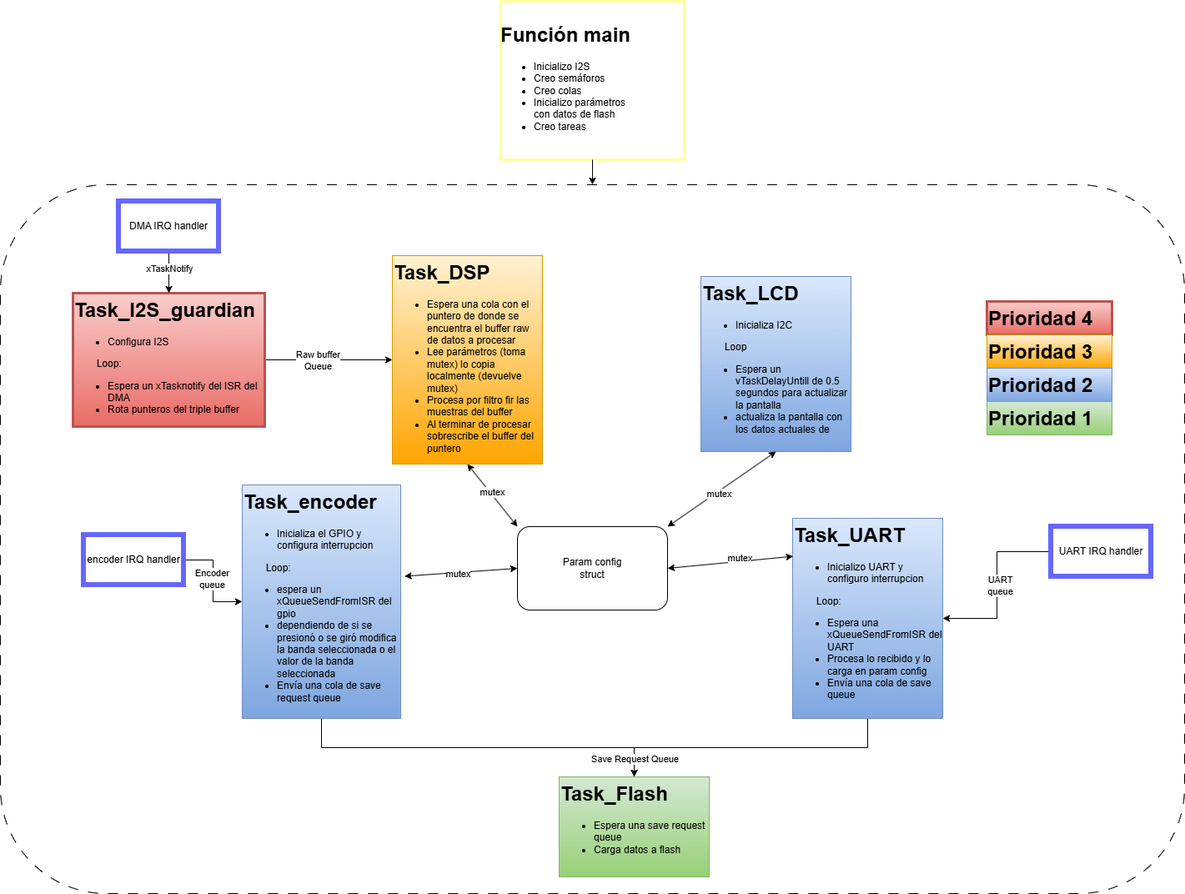
Earlier version of the draw.io export 1_ega/1_informes/Diagrama de tareas.png (utn-fra-td3/2026_td3). Source tidied: cells renumbered, new cells last; positions are measured from the earlier drawing's top-left corner, leaving out a move shared by most shapes.
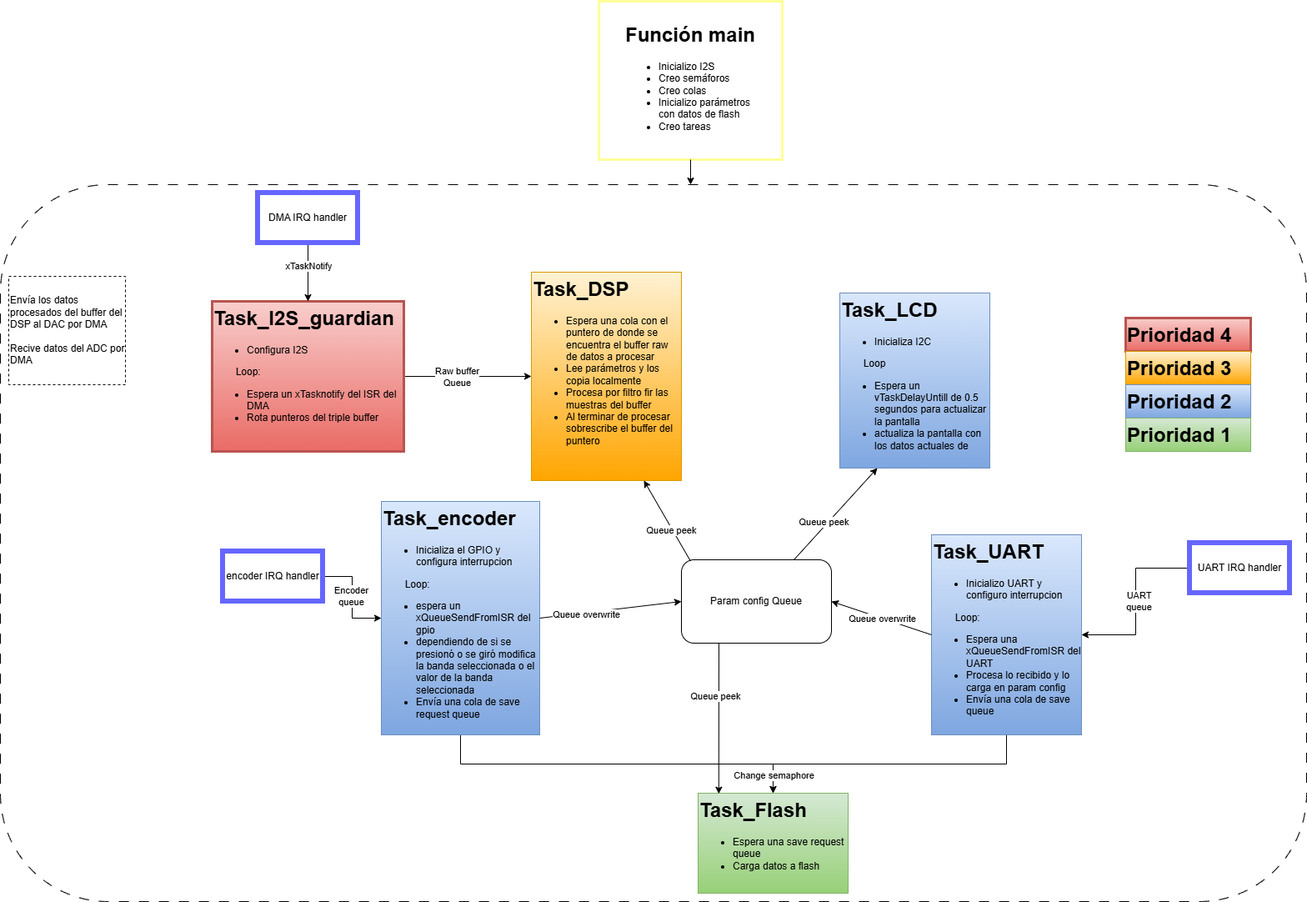
After the commit.

Commit message:
fix diagrama de tareas

Diff of the diagram source:
```diff
@@ -3,13 +3,15 @@
     <mxCell id="0" />
     <mxCell id="1" parent="0" />
     <mxCell id="2" style="rounded=0;whiteSpace=wrap;html=1;strokeWidth=3;strokeColor=#FFFF99;" parent="1" vertex="1">
-      <mxGeometry x="600" width="220" height="190" as="geometry" />
+      <mxGeometry x="551" y="-20" width="220" height="190" as="geometry" />
     </mxCell>
-    <mxCell id="3" style="edgeStyle=orthogonalEdgeStyle;rounded=0;jettySize=auto;html=1;exitX=0.5;exitY=1;exitDx=0;exitDy=0;entryX=0.5;entryY=0;entryDx=0;entryDy=0;" parent="1" edge="1" source="2" target="38">
-      <mxGeometry relative="1" as="geometry" />
+    <mxCell id="3" style="edgeStyle=orthogonalEdgeStyle;rounded=0;jettySize=auto;html=1;exitX=0.5;exitY=1;exitDx=0;exitDy=0;entryX=0.5;entryY=0;entryDx=0;entryDy=0;" parent="1" edge="1" source="2">
+      <mxGeometry relative="1" as="geometry">
+        <mxPoint x="661" y="200" as="targetPoint" />
+      </mxGeometry>
     </mxCell>
     <mxCell id="4" value="&lt;h1 style=&quot;margin-top: 0px;&quot;&gt;Función main&lt;/h1&gt;&lt;p&gt;&lt;/p&gt;&lt;ul&gt;&lt;li&gt;Inicializo I2S&lt;/li&gt;&lt;li&gt;Creo semáforos&lt;/li&gt;&lt;li&gt;Creo colas&lt;/li&gt;&lt;li&gt;Inicializo parámetros con datos de flash&lt;/li&gt;&lt;li&gt;Creo tareas&lt;/li&gt;&lt;/ul&gt;&lt;p&gt;&lt;/p&gt;" style="text;html=1;whiteSpace=wrap;overflow=hidden;rounded=0;" parent="1" vertex="1">
-      <mxGeometry x="598" y="20" width="160" height="170" as="geometry" />
+      <mxGeometry x="581" width="160" height="170" as="geometry" />
     </mxCell>
     <mxCell id="5" style="edgeStyle=orthogonalEdgeStyle;rounded=0;jettySize=auto;html=1;exitX=0.5;exitY=1;exitDx=0;exitDy=0;entryX=0.5;entryY=0;entryDx=0;entryDy=0;" parent="1" edge="1" source="6" target="9">
       <mxGeometry relative="1" as="geometry" />
@@ -20,7 +22,7 @@
     <mxCell id="7" value="&lt;h1 style=&quot;margin-top: 0px;&quot;&gt;Task_LCD&lt;/h1&gt;&lt;p&gt;&lt;/p&gt;&lt;ul&gt;&lt;li&gt;Inicializa I2C&lt;/li&gt;&lt;/ul&gt;&lt;span style=&quot;white-space: pre;&quot;&gt;&#9;&lt;/span&gt;Loop&lt;br&gt;&lt;ul&gt;&lt;li&gt;Espera un vTaskDelayUntill de 0.5 segundos para actualizar la pantalla&lt;/li&gt;&lt;li&gt;actualiza la pantalla con los datos actuales de&lt;/li&gt;&lt;/ul&gt;&lt;p&gt;&lt;/p&gt;" style="text;html=1;whiteSpace=wrap;overflow=hidden;rounded=0;fillColor=#dae8fc;gradientColor=#7ea6e0;strokeColor=#6c8ebf;" parent="1" vertex="1">
       <mxGeometry x="840" y="330" width="180" height="210" as="geometry" />
     </mxCell>
-    <mxCell id="8" value="&lt;h1 style=&quot;margin-top: 0px;&quot;&gt;Task_DSP&lt;/h1&gt;&lt;p&gt;&lt;/p&gt;&lt;ul&gt;&lt;li&gt;Espera una cola con el puntero de donde se encuentra el buffer raw de datos a procesar&lt;/li&gt;&lt;li&gt;Lee parámetros (toma mutex) lo copia localmente (devuelve mutex)&lt;/li&gt;&lt;li&gt;Procesa por filtro fir las muestras del buffer&lt;/li&gt;&lt;li&gt;Al terminar de procesar sobrescribe el buffer del puntero&lt;/li&gt;&lt;/ul&gt;&lt;p&gt;&lt;/p&gt;" style="text;html=1;whiteSpace=wrap;overflow=hidden;rounded=0;fillColor=#FFF2D4;strokeColor=#d79b00;gradientColor=#ffa500;" parent="1" vertex="1">
+    <mxCell id="8" value="&lt;h1 style=&quot;margin-top: 0px;&quot;&gt;Task_DSP&lt;/h1&gt;&lt;p&gt;&lt;/p&gt;&lt;ul&gt;&lt;li&gt;Espera una cola con el puntero de donde se encuentra el buffer raw de datos a procesar&lt;/li&gt;&lt;li&gt;Lee parámetros y los copia localmente&lt;/li&gt;&lt;li&gt;Procesa por filtro fir las muestras del buffer&lt;/li&gt;&lt;li&gt;Al terminar de procesar sobrescribe el buffer del puntero&lt;/li&gt;&lt;/ul&gt;&lt;p&gt;&lt;/p&gt;" style="text;html=1;whiteSpace=wrap;overflow=hidden;rounded=0;fillColor=#FFF2D4;strokeColor=#d79b00;gradientColor=#ffa500;" parent="1" vertex="1">
       <mxGeometry x="470" y="305" width="180" height="250" as="geometry" />
     </mxCell>
     <mxCell id="9" value="&lt;h1 style=&quot;margin-top: 0px;&quot;&gt;Task_Flash&lt;/h1&gt;&lt;p&gt;&lt;/p&gt;&lt;ul&gt;&lt;li&gt;Espera una save request queue&lt;/li&gt;&lt;li&gt;Carga datos a flash&lt;/li&gt;&lt;/ul&gt;&lt;p&gt;&lt;/p&gt;" style="text;html=1;whiteSpace=wrap;overflow=hidden;rounded=0;fillColor=#d5e8d4;gradientColor=#97d077;strokeColor=#82b366;" parent="1" vertex="1">
@@ -33,44 +35,20 @@
       <mxGeometry x="-0.18" relative="1" as="geometry" />
     </mxCell>
     <mxCell id="12" value="&lt;h1 style=&quot;margin-top: 0px;&quot;&gt;&lt;font style=&quot;color: rgb(0, 0, 0);&quot;&gt;Task_I2S_guardian&lt;/font&gt;&lt;/h1&gt;&lt;p&gt;&lt;/p&gt;&lt;ul&gt;&lt;li&gt;&lt;font style=&quot;color: rgb(0, 0, 0);&quot;&gt;Configura I2S&lt;/font&gt;&lt;/li&gt;&lt;/ul&gt;&lt;font style=&quot;color: rgb(0, 0, 0);&quot;&gt;&lt;span style=&quot;white-space: pre;&quot;&gt;&#9;&lt;/span&gt;Loop:&lt;br&gt;&lt;/font&gt;&lt;ul&gt;&lt;li&gt;&lt;font style=&quot;color: rgb(0, 0, 0);&quot;&gt;Espera un xTasknotify del ISR del DMA&lt;/font&gt;&lt;/li&gt;&lt;li&gt;&lt;font style=&quot;color: rgb(0, 0, 0);&quot;&gt;Rota punteros del triple buffer&lt;/font&gt;&lt;/li&gt;&lt;/ul&gt;&lt;p&gt;&lt;/p&gt;&lt;p&gt;&lt;br&gt;&lt;/p&gt;" style="text;html=1;whiteSpace=wrap;overflow=hidden;rounded=0;strokeColor=#b85450;strokeWidth=3;fillColor=#f8cecc;fillStyle=solid;gradientColor=#ea6b66;" parent="1" vertex="1">
-      <mxGeometry x="87" y="350" width="230" height="160" as="geometry" />
+      <mxGeometry x="87" y="340" width="230" height="180" as="geometry" />
     </mxCell>
     <mxCell id="13" style="edgeStyle=orthogonalEdgeStyle;rounded=0;jettySize=auto;html=1;exitX=0.5;exitY=1;exitDx=0;exitDy=0;" parent="1" edge="1" source="15" target="9">
       <mxGeometry relative="1" as="geometry" />
     </mxCell>
-    <mxCell id="14" value="Save Request Queue" style="edgeLabel;html=1;align=center;verticalAlign=middle;" parent="13" vertex="1">
+    <mxCell id="14" value="Change semaphore" style="edgeLabel;html=1;align=center;verticalAlign=middle;" parent="13" vertex="1">
       <mxGeometry x="0.87" relative="1" as="geometry" />
     </mxCell>
     <mxCell id="15" value="&lt;h1 style=&quot;margin-top: 0px;&quot;&gt;Task_UART&lt;/h1&gt;&lt;p&gt;&lt;/p&gt;&lt;ul&gt;&lt;li&gt;Inicializo UART y configuro interrupcion&lt;/li&gt;&lt;/ul&gt;&lt;span style=&quot;white-space: pre;&quot;&gt;&#9;&lt;/span&gt;Loop:&lt;br&gt;&lt;ul&gt;&lt;li&gt;Espera una xQueueSendFromISR del UART&lt;/li&gt;&lt;li&gt;Procesa lo recibido y lo carga en param config&lt;/li&gt;&lt;li&gt;Envía una cola de save queue&lt;/li&gt;&lt;/ul&gt;&lt;p&gt;&lt;/p&gt;" style="text;html=1;whiteSpace=wrap;overflow=hidden;rounded=0;fillColor=#dae8fc;gradientColor=#7ea6e0;strokeColor=#6c8ebf;" parent="1" vertex="1">
       <mxGeometry x="950" y="620" width="180" height="240" as="geometry" />
     </mxCell>
-    <mxCell id="16" value="Param config&lt;div&gt;struct&lt;/div&gt;" style="rounded=1;whiteSpace=wrap;html=1;" parent="1" vertex="1">
-      <mxGeometry x="620" y="630" width="180" height="100" as="geometry" />
+    <mxCell id="16" value="Param config Queue" style="rounded=1;whiteSpace=wrap;html=1;" parent="1" vertex="1">
+      <mxGeometry x="650" y="650" width="180" height="100" as="geometry" />
     </mxCell>
-    <mxCell id="17" style="endArrow=classic;startArrow=classic;html=1;rounded=0;exitX=1;exitY=0.5;exitDx=0;exitDy=0;entryX=0.003;entryY=0.19;entryDx=0;entryDy=0;entryPerimeter=0;" parent="1" edge="1" source="16" target="15">
-      <mxGeometry relative="1" as="geometry" />
-    </mxCell>
-    <mxCell id="18" value="mutex" style="edgeLabel;html=1;align=center;verticalAlign=middle;" parent="17" vertex="1">
-      <mxGeometry x="0.15" y="4" relative="1" as="geometry" />
-    </mxCell>
-    <mxCell id="19" style="endArrow=classic;startArrow=classic;html=1;rounded=0;entryX=0.5;entryY=1;entryDx=0;entryDy=0;exitX=0;exitY=0;exitDx=0;exitDy=0;" parent="1" edge="1" source="16" target="8">
-      <mxGeometry relative="1" as="geometry" />
-    </mxCell>
-    <mxCell id="20" value="mutex" style="edgeLabel;html=1;align=center;verticalAlign=middle;" parent="19" vertex="1">
-      <mxGeometry x="0.09" y="-2" relative="1" as="geometry" />
-    </mxCell>
-    <mxCell id="21" style="endArrow=classic;startArrow=classic;html=1;rounded=0;exitX=1.024;exitY=0.391;exitDx=0;exitDy=0;exitPerimeter=0;entryX=0;entryY=0.5;entryDx=0;entryDy=0;" parent="1" edge="1" source="6" target="16">
-      <mxGeometry relative="1" as="geometry" />
-    </mxCell>
-    <mxCell id="22" value="mutex" style="edgeLabel;html=1;align=center;verticalAlign=middle;" parent="21" vertex="1">
-      <mxGeometry x="-0.05" y="-1" relative="1" as="geometry" />
-    </mxCell>
-    <mxCell id="23" style="endArrow=classic;startArrow=classic;html=1;rounded=0;entryX=0.5;entryY=1;entryDx=0;entryDy=0;exitX=1;exitY=0;exitDx=0;exitDy=0;" parent="1" edge="1" source="16" target="7">
-      <mxGeometry relative="1" as="geometry" />
-    </mxCell>
-    <mxCell id="24" value="mutex" style="edgeLabel;html=1;align=center;verticalAlign=middle;" parent="23" vertex="1">
-      <mxGeometry x="-0.08" y="-3" relative="1" as="geometry" />
-    </mxCell>
     <mxCell id="25" style="edgeStyle=orthogonalEdgeStyle;rounded=0;jettySize=auto;html=1;entryX=0;entryY=0.5;entryDx=0;entryDy=0;" parent="1" edge="1" source="27" target="6">
       <mxGeometry relative="1" as="geometry" />
     </mxCell>
@@ -89,7 +67,7 @@
       </mxGeometry>
     </mxCell>
     <mxCell id="30" value="DMA IRQ handler" style="rounded=0;whiteSpace=wrap;html=1;strokeWidth=6;strokeColor=#6666FF;" parent="1" vertex="1">
-      <mxGeometry x="142" y="240" width="120" height="60" as="geometry" />
+      <mxGeometry x="142" y="210" width="120" height="60" as="geometry" />
     </mxCell>
     <mxCell id="31" style="edgeStyle=orthogonalEdgeStyle;rounded=0;jettySize=auto;html=1;exitX=0;exitY=0.5;exitDx=0;exitDy=0;entryX=1;entryY=0.5;entryDx=0;entryDy=0;" parent="1" edge="1" source="33" target="15">
       <mxGeometry relative="1" as="geometry" />
@@ -114,8 +92,43 @@
     <mxCell id="37" value="&lt;h1 style=&quot;margin-top: 0px;&quot;&gt;Prioridad 1&lt;/h1&gt;&lt;p&gt;&lt;/p&gt;" style="text;html=1;whiteSpace=wrap;overflow=hidden;rounded=0;fillColor=#d5e8d4;gradientColor=#97d077;strokeColor=#82b366;" parent="1" vertex="1">
       <mxGeometry x="1183" y="480" width="150" height="40" as="geometry" />
     </mxCell>
-    <mxCell id="38" style="rounded=1;whiteSpace=wrap;html=1;fillColor=none;dashed=1;dashPattern=12 12;" parent="1" vertex="1">
-      <mxGeometry y="220" width="1420" height="850" as="geometry" />
-    </mxCell>
+    <mxCell id="21" style="endArrow=classic;html=1;rounded=0;exitX=1;exitY=0.5;exitDx=0;exitDy=0;entryX=0;entryY=0.5;entryDx=0;entryDy=0;" parent="1" edge="1" source="6" target="16">
+      <mxGeometry relative="1" as="geometry" />
+    </mxCell>
+    <mxCell id="39" value="Queue overwrite" style="edgeLabel;html=1;align=center;verticalAlign=middle;" parent="21" vertex="1">
+      <mxGeometry x="-0.35" y="-1" relative="1" as="geometry" />
+    </mxCell>
+    <mxCell id="19" style="endArrow=classic;html=1;rounded=0;entryX=0.75;entryY=1;entryDx=0;entryDy=0;exitX=0.061;exitY=0.017;exitDx=0;exitDy=0;exitPerimeter=0;" parent="1" edge="1" source="16" target="8">
+      <mxGeometry relative="1" as="geometry" />
+    </mxCell>
+    <mxCell id="40" value="Queue peek" style="edgeLabel;html=1;align=center;verticalAlign=middle;" parent="19" vertex="1">
+      <mxGeometry x="-0.18" y="2" relative="1" as="geometry" />
+    </mxCell>
+    <mxCell id="23" style="endArrow=classic;html=1;rounded=0;entryX=0.25;entryY=1;entryDx=0;entryDy=0;exitX=0.75;exitY=0;exitDx=0;exitDy=0;" parent="1" edge="1" source="16" target="7">
+      <mxGeometry relative="1" as="geometry" />
+    </mxCell>
+    <mxCell id="41" value="Queue peek" style="edgeLabel;html=1;align=center;verticalAlign=middle;" parent="23" vertex="1">
+      <mxGeometry x="-0.21" y="5" relative="1" as="geometry" />
+    </mxCell>
+    <mxCell id="42" style="endArrow=classic;html=1;rounded=0;entryX=1;entryY=0.5;entryDx=0;entryDy=0;exitX=0;exitY=0.5;exitDx=0;exitDy=0;" parent="1" edge="1" source="15" target="16">
+      <mxGeometry relative="1" as="geometry" />
+    </mxCell>
+    <mxCell id="43" value="Queue overwrite" style="edgeLabel;html=1;align=center;verticalAlign=middle;" parent="42" vertex="1">
+      <mxGeometry x="0.33" y="1" relative="1" as="geometry">
+        <mxPoint x="21" y="6" as="offset" />
+      </mxGeometry>
+    </mxCell>
+    <mxCell id="44" style="endArrow=classic;html=1;rounded=0;exitX=0.25;exitY=1;exitDx=0;exitDy=0;entryX=0.138;entryY=0.006;entryDx=0;entryDy=0;entryPerimeter=0;" parent="1" edge="1" source="16" target="9">
+      <mxGeometry relative="1" as="geometry" />
+    </mxCell>
+    <mxCell id="45" value="Queue peek" style="edgeLabel;html=1;align=center;verticalAlign=middle;" parent="44" vertex="1">
+      <mxGeometry x="-0.31" y="-5" relative="1" as="geometry" />
+    </mxCell>
+    <mxCell id="46" value="&lt;span style=&quot;color: light-dark(rgb(0, 0, 0), rgb(237, 237, 237)); background-color: transparent;&quot;&gt;Envía los datos procesados del buffer del DSP al DAC por DMA&lt;/span&gt;&lt;div&gt;&lt;font color=&quot;#ededed&quot;&gt;&lt;br&gt;&lt;/font&gt;&lt;span style=&quot;color: light-dark(rgb(0, 0, 0), rgb(237, 237, 237)); background-color: transparent;&quot;&gt;Recive datos del ADC por DMA&lt;/span&gt;&lt;/div&gt;" style="text;html=1;whiteSpace=wrap;strokeColor=default;fillColor=none;align=left;verticalAlign=middle;rounded=0;dashed=1;" parent="1" vertex="1">
+      <mxGeometry x="-157" y="310" width="140" height="130" as="geometry" />
+    </mxCell>
+    <mxCell id="47" style="rounded=1;whiteSpace=wrap;html=1;fillColor=none;dashed=1;dashPattern=12 12;" parent="1" vertex="1">
+      <mxGeometry x="-167" y="200" width="1567" height="860" as="geometry" />
+    </mxCell>
   </root>
 </mxGraphModel>
```
